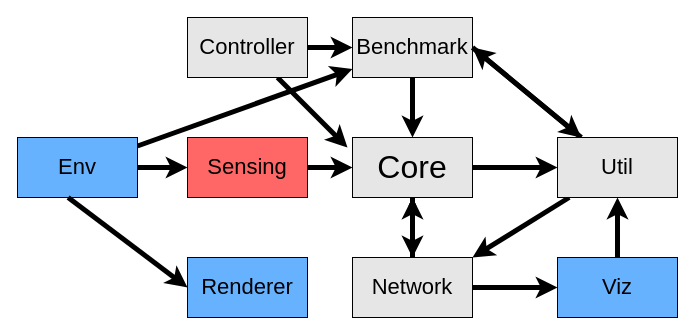
Above: _data/Untitled Diagram.drawio in swsamleo/wei_shao.github.io (draw.io), before the change. Source tidied: cells renumbered, new cells numbered last; positions are measured from the earlier drawing's top-left corner, leaving out a move shared by most shapes. Both pictures are drawn from the tidied source at 100%, with x=0, y=0 at pixel (17, 17).
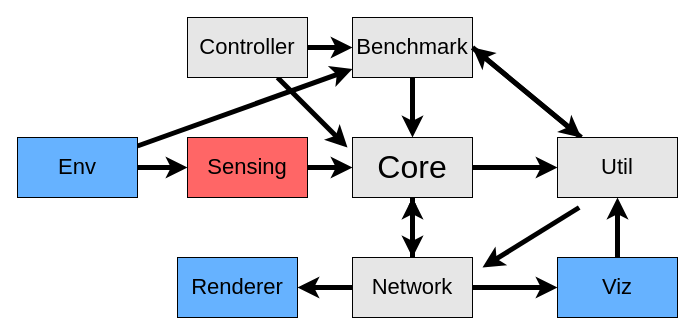
Above is the later version.

Unchanged cells that the change refers to:
```xml
<mxCell id="8" value="&lt;font style=&quot;font-size: 22px&quot;&gt;Util&lt;/font&gt;" style="rounded=0;whiteSpace=wrap;html=1;shadow=0;glass=0;sketch=0;imageWidth=24;arcSize=12;fillColor=#E6E6E6;" parent="1" vertex="1">
  <mxGeometry x="540" y="120" width="120" height="60" as="geometry" />
</mxCell>
<mxCell id="13" value="&lt;span style=&quot;font-size: 22px&quot;&gt;Network&lt;/span&gt;" style="rounded=0;whiteSpace=wrap;html=1;shadow=0;glass=0;sketch=0;imageWidth=24;arcSize=12;fillColor=#E6E6E6;" parent="1" vertex="1">
  <mxGeometry x="335" y="240" width="120" height="60" as="geometry" />
</mxCell>
<mxCell id="17" value="&lt;span style=&quot;font-size: 22px&quot;&gt;Env&lt;/span&gt;" style="rounded=0;whiteSpace=wrap;html=1;shadow=0;glass=0;sketch=0;imageWidth=24;arcSize=12;fillColor=#66B2FF;" parent="1" vertex="1">
  <mxGeometry y="120" width="120" height="60" as="geometry" />
</mxCell>
```

What changed in the source:
```diff
@@
-    <mxCell id="7" style="edgeStyle=none;rounded=0;jettySize=auto;html=1;fontSize=22;strokeWidth=5;entryX=1;entryY=0;entryDx=0;entryDy=0;" parent="1" edge="1" source="8" target="13">
+    <mxCell id="7" style="edgeStyle=none;rounded=0;jettySize=auto;html=1;fontSize=22;strokeWidth=5;entryX=1;entryY=0.5;entryDx=0;entryDy=0;exitX=0;exitY=0.5;exitDx=0;exitDy=0;" parent="1" edge="1" source="13" target="14">
       <mxGeometry relative="1" as="geometry" />
     </mxCell>
@@
     <mxCell id="14" value="&lt;span style=&quot;font-size: 22px&quot;&gt;Renderer&lt;/span&gt;" style="rounded=0;whiteSpace=wrap;html=1;shadow=0;glass=0;sketch=0;imageWidth=24;arcSize=12;fillColor=#66B2FF;" parent="1" vertex="1">
-      <mxGeometry x="170" y="240" width="120" height="60" as="geometry" />
+      <mxGeometry x="160" y="240" width="120" height="60" as="geometry" />
     </mxCell>
@@
-    <mxCell id="26" style="edgeStyle=none;rounded=0;jettySize=auto;html=1;fontSize=22;strokeColor=default;strokeWidth=5;exitX=0.422;exitY=1;exitDx=0;exitDy=0;exitPerimeter=0;entryX=0;entryY=0.5;entryDx=0;entryDy=0;" parent="1" edge="1" source="17" target="14">
-      <mxGeometry relative="1" as="geometry" />
-    </mxCell>
+    <mxCell id="27" style="edgeStyle=none;rounded=0;orthogonalLoop=1;jettySize=auto;html=1;fontSize=22;strokeWidth=5;entryX=1;entryY=0;entryDx=0;entryDy=0;" parent="1" edge="1">
+      <mxGeometry relative="1" as="geometry">
+        <mxPoint x="561.7" y="190" as="sourcePoint" />
+        <mxPoint x="465" y="250" as="targetPoint" />
+      </mxGeometry>
+    </mxCell>
```
